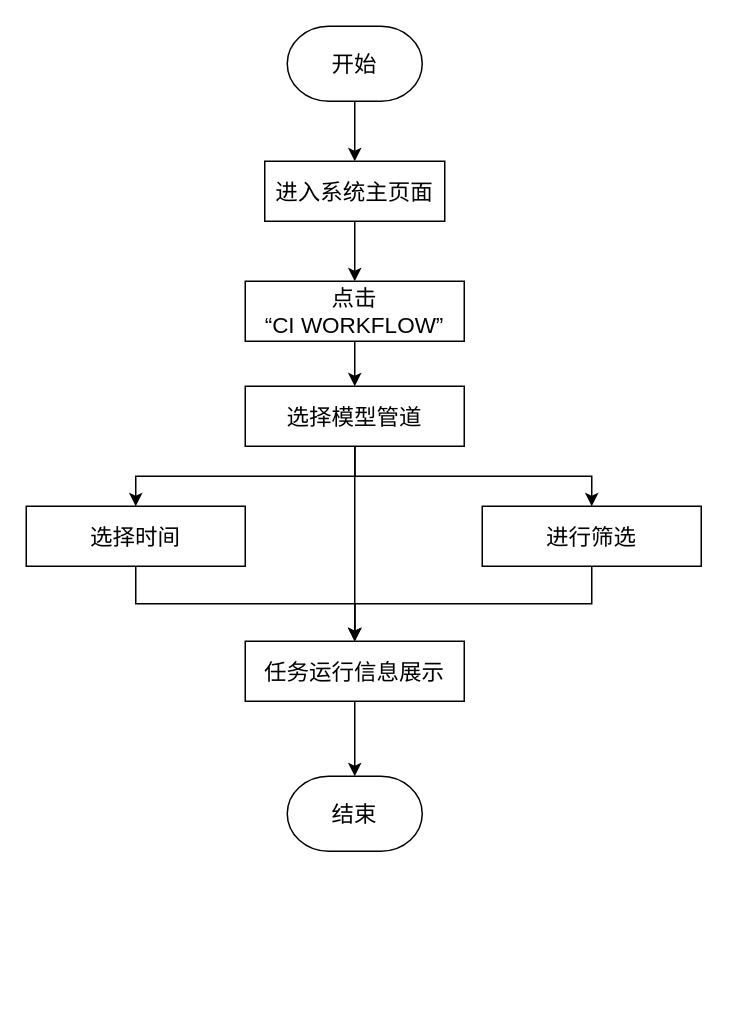
Earlier version of the draw.io diagram 管道集成任务查看流程图.drawio (Sequin-hdd/COINFO). Source tidied: cells renumbered, new cells numbered last; positions are measured from the earlier drawing's top-left corner, leaving out a move shared by most shapes. Both pictures are drawn from the tidied source at 150%, with x=0, y=0 at pixel (26, 26).
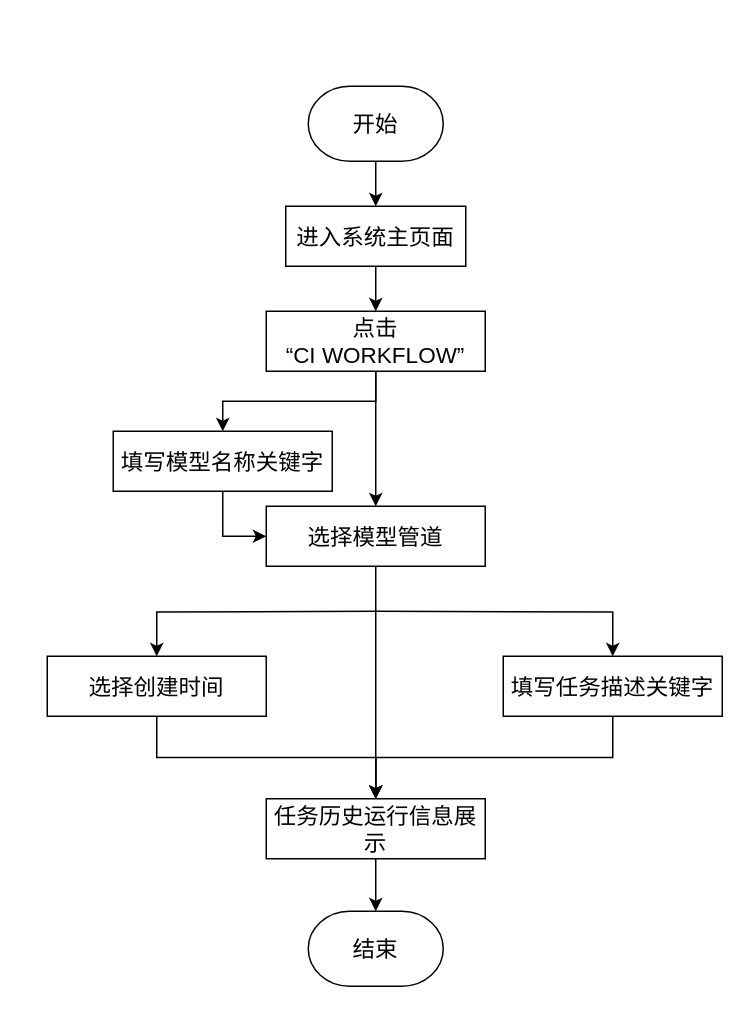
After the change.

Commit message (it also covers changes not shown here):
更新管道集成任务查看流程图.drawio

The edit, as a diff of the source:
```diff
@@
     <mxCell id="3" value="开始" style="strokeWidth=1;html=1;shape=mxgraph.flowchart.terminator;whiteSpace=wrap;rounded=1;glass=0;fontSize=15;" parent="1" vertex="1">
-      <mxGeometry x="174" width="90" height="50" as="geometry" />
+      <mxGeometry x="188" y="40" width="90" height="50" as="geometry" />
     </mxCell>
@@
     <mxCell id="5" value="&lt;font style=&quot;font-size: 15px&quot;&gt;进入系统主页面&lt;/font&gt;" style="rounded=0;whiteSpace=wrap;html=1;" parent="1" vertex="1">
-      <mxGeometry x="159" y="90" width="120" height="40" as="geometry" />
+      <mxGeometry x="173" y="120" width="120" height="40" as="geometry" />
     </mxCell>
-    <mxCell id="6" style="edgeStyle=orthogonalEdgeStyle;rounded=0;jettySize=auto;html=1;exitX=0.5;exitY=1;exitDx=0;exitDy=0;" parent="1" edge="1" source="7" target="15">
+    <mxCell id="6" style="edgeStyle=orthogonalEdgeStyle;rounded=0;jettySize=auto;html=1;exitX=0.5;exitY=1;exitDx=0;exitDy=0;entryX=0.5;entryY=0;entryDx=0;entryDy=0;" parent="1" edge="1" source="7" target="15">
       <mxGeometry relative="1" as="geometry" />
     </mxCell>
+    <mxCell id="19" style="edgeStyle=orthogonalEdgeStyle;rounded=0;jettySize=auto;html=1;exitX=0.5;exitY=1;exitDx=0;exitDy=0;" parent="1" edge="1" source="7" target="21">
+      <mxGeometry relative="1" as="geometry" />
+    </mxCell>
     <mxCell id="7" value="&lt;span style=&quot;font-size: 15px&quot;&gt;点击&lt;br&gt;“CI WORKFLOW”&lt;/span&gt;" style="rounded=0;whiteSpace=wrap;html=1;" parent="1" vertex="1">
-      <mxGeometry x="146" y="170" width="146" height="40" as="geometry" />
+      <mxGeometry x="160" y="190" width="146" height="40" as="geometry" />
     </mxCell>
@@
-    <mxCell id="9" value="&lt;span style=&quot;font-size: 15px&quot;&gt;选择时间&lt;/span&gt;" style="rounded=0;whiteSpace=wrap;html=1;" parent="1" vertex="1">
-      <mxGeometry y="320" width="146" height="40" as="geometry" />
+    <mxCell id="9" value="&lt;span style=&quot;font-size: 15px&quot;&gt;选择创建时间&lt;/span&gt;" style="rounded=0;whiteSpace=wrap;html=1;" parent="1" vertex="1">
+      <mxGeometry x="14" y="420" width="146" height="40" as="geometry" />
     </mxCell>
@@
-    <mxCell id="11" value="&lt;span style=&quot;font-size: 15px&quot;&gt;进行筛选&lt;/span&gt;" style="rounded=0;whiteSpace=wrap;html=1;" parent="1" vertex="1">
-      <mxGeometry x="304" y="320" width="146" height="40" as="geometry" />
+    <mxCell id="11" value="&lt;span style=&quot;font-size: 15px&quot;&gt;填写任务描述关键字&lt;/span&gt;" style="rounded=0;whiteSpace=wrap;html=1;" parent="1" vertex="1">
+      <mxGeometry x="318" y="420" width="146" height="40" as="geometry" />
     </mxCell>
-    <mxCell id="12" style="edgeStyle=orthogonalEdgeStyle;rounded=0;jettySize=auto;html=1;exitX=0.5;exitY=1;exitDx=0;exitDy=0;" parent="1" edge="1" source="15" target="9">
-      <mxGeometry relative="1" as="geometry" />
+    <mxCell id="12" style="edgeStyle=orthogonalEdgeStyle;rounded=0;jettySize=auto;html=1;exitX=0.5;exitY=1;exitDx=0;exitDy=0;" parent="1" edge="1" target="9">
+      <mxGeometry relative="1" as="geometry">
+        <mxPoint x="233" y="390" as="sourcePoint" />
+      </mxGeometry>
     </mxCell>
-    <mxCell id="13" style="edgeStyle=orthogonalEdgeStyle;rounded=0;jettySize=auto;html=1;exitX=0.5;exitY=1;exitDx=0;exitDy=0;" parent="1" edge="1" source="15" target="11">
-      <mxGeometry relative="1" as="geometry" />
+    <mxCell id="13" style="edgeStyle=orthogonalEdgeStyle;rounded=0;jettySize=auto;html=1;exitX=0.5;exitY=1;exitDx=0;exitDy=0;" parent="1" edge="1" target="11">
+      <mxGeometry relative="1" as="geometry">
+        <mxPoint x="233" y="390" as="sourcePoint" />
+      </mxGeometry>
     </mxCell>
-    <mxCell id="14" style="edgeStyle=orthogonalEdgeStyle;rounded=0;jettySize=auto;html=1;exitX=0.5;exitY=1;exitDx=0;exitDy=0;entryX=0.5;entryY=0;entryDx=0;entryDy=0;" parent="1" edge="1" source="15" target="17">
+    <mxCell id="14" style="edgeStyle=orthogonalEdgeStyle;rounded=0;jettySize=auto;html=1;exitX=0.5;exitY=1;exitDx=0;exitDy=0;" parent="1" edge="1" source="15" target="17">
       <mxGeometry relative="1" as="geometry" />
     </mxCell>
     <mxCell id="15" value="&lt;span style=&quot;font-size: 15px&quot;&gt;选择模型管道&lt;/span&gt;" style="rounded=0;whiteSpace=wrap;html=1;" parent="1" vertex="1">
-      <mxGeometry x="146" y="240" width="146" height="40" as="geometry" />
+      <mxGeometry x="160" y="320" width="146" height="40" as="geometry" />
     </mxCell>
@@
-    <mxCell id="17" value="&lt;span style=&quot;font-size: 15px&quot;&gt;任务运行信息展示&lt;/span&gt;" style="rounded=0;whiteSpace=wrap;html=1;" parent="1" vertex="1">
-      <mxGeometry x="146" y="410" width="146" height="40" as="geometry" />
+    <mxCell id="17" value="&lt;span style=&quot;font-size: 15px&quot;&gt;任务历史运行信息展示&lt;/span&gt;" style="rounded=0;whiteSpace=wrap;html=1;" parent="1" vertex="1">
+      <mxGeometry x="160" y="515" width="146" height="40" as="geometry" />
     </mxCell>
     <mxCell id="18" value="结束" style="strokeWidth=1;html=1;shape=mxgraph.flowchart.terminator;whiteSpace=wrap;rounded=1;glass=0;fontSize=15;" parent="1" vertex="1">
-      <mxGeometry x="174" y="500" width="90" height="50" as="geometry" />
+      <mxGeometry x="188" y="590" width="90" height="50" as="geometry" />
     </mxCell>
+    <mxCell id="20" style="edgeStyle=orthogonalEdgeStyle;rounded=0;jettySize=auto;html=1;exitX=0.5;exitY=1;exitDx=0;exitDy=0;entryX=0;entryY=0.5;entryDx=0;entryDy=0;" parent="1" edge="1" source="21" target="15">
+      <mxGeometry relative="1" as="geometry" />
+    </mxCell>
+    <mxCell id="21" value="&lt;span style=&quot;font-size: 15px&quot;&gt;填写模型名称关键字&lt;/span&gt;" style="rounded=0;whiteSpace=wrap;html=1;" parent="1" vertex="1">
+      <mxGeometry x="58" y="270" width="146" height="40" as="geometry" />
+    </mxCell>
```
